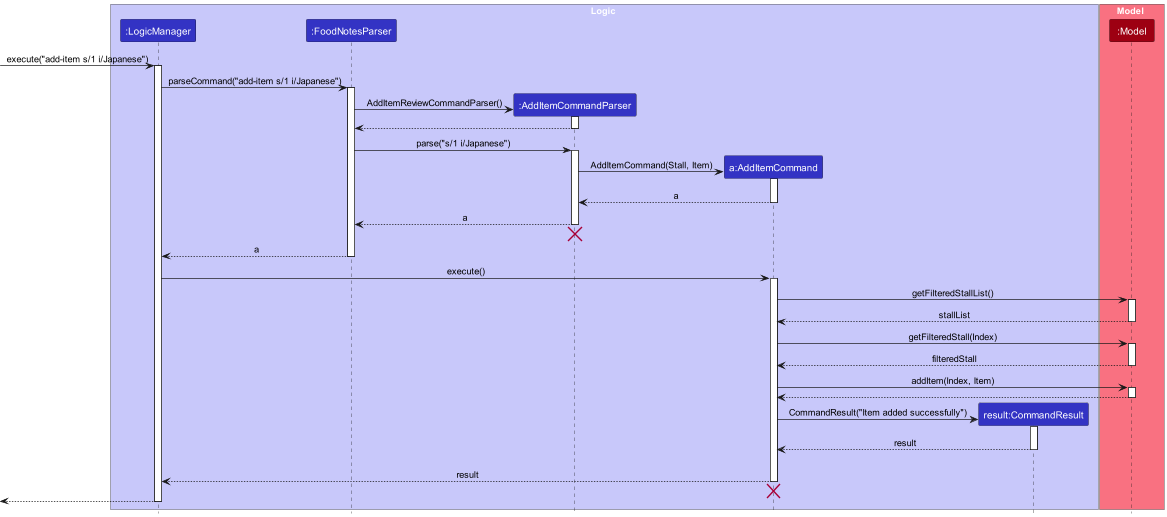
This is docs/images/AddItemSequenceDiagram.png from teoks0199/tp, a PlantUML export, as it was before one commit. Source of this version:
```plantuml
@startuml
!include style.puml
skinparam ArrowFontStyle plain

box Logic LOGIC_COLOR_T1
participant ":LogicManager" as LogicManager LOGIC_COLOR
participant ":FoodNotesParser" as FoodNotesParser LOGIC_COLOR
participant ":AddItemCommandParser" as AddItemCommandParser LOGIC_COLOR
participant "a:AddItemCommand" as AddItemCommand LOGIC_COLOR
participant "result:CommandResult" as CommandResult LOGIC_COLOR
end box

box Model MODEL_COLOR_T1
participant ":Model" as Model MODEL_COLOR
end box

[-> LogicManager : execute("add-item s/1 i/Japanese")
activate LogicManager

LogicManager -> FoodNotesParser : parseCommand("add-item s/1 i/Japanese")
activate FoodNotesParser

create AddItemCommandParser
FoodNotesParser -> AddItemCommandParser : AddItemReviewCommandParser()
activate AddItemCommandParser

AddItemCommandParser --> FoodNotesParser
deactivate AddItemCommandParser

FoodNotesParser -> AddItemCommandParser : parse("s/1 i/Japanese")
activate AddItemCommandParser

create AddItemCommand
AddItemCommandParser -> AddItemCommand : AddItemCommand(Stall, Item)
activate AddItemCommand

AddItemCommand --> AddItemCommandParser : a
deactivate AddItemCommand

AddItemCommandParser --> FoodNotesParser : a
deactivate AddItemCommandParser
AddItemCommandParser -[hidden]-> FoodNotesParser
destroy AddItemCommandParser

FoodNotesParser --> LogicManager : a
deactivate FoodNotesParser

LogicManager -> AddItemCommand : execute()
activate AddItemCommand

AddItemCommand -> Model : getFilteredStallList()
activate Model

Model --> AddItemCommand : stallList
deactivate Model

AddItemCommand -> Model : getFilteredStall(Index)
activate Model

Model --> AddItemCommand : filteredStall
deactivate Model

AddItemCommand -> Model : addItem(Index, Item)
activate Model

Model --> AddItemCommand
deactivate Model

create CommandResult
AddItemCommand -> CommandResult : CommandResult("Item added successfully")
activate CommandResult

CommandResult --> AddItemCommand : result
deactivate CommandResult
AddItemCommand -[hidden]-> CommandResult


AddItemCommand --> LogicManager : result
deactivate AddItemCommand
AddItemCommandParser -[hidden]-> AddItemCommand
destroy AddItemCommand

[<--LogicManager
deactivate LogicManager
@enduml
```
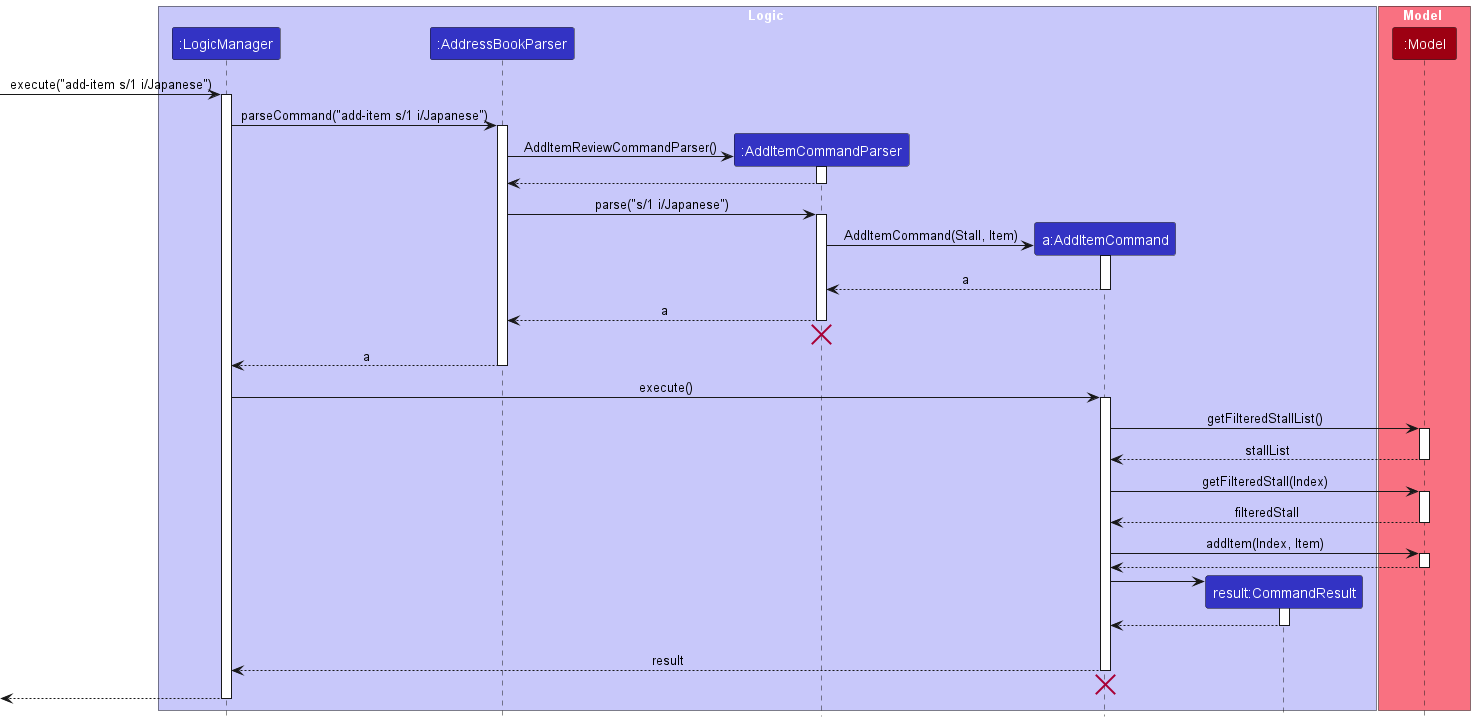
The same diagram one commit later.

What changed in the source:
```diff
@@ -4,7 +4,7 @@
 
 box Logic LOGIC_COLOR_T1
 participant ":LogicManager" as LogicManager LOGIC_COLOR
-participant ":FoodNotesParser" as FoodNotesParser LOGIC_COLOR
+participant ":AddressBookParser" as AddressBookParser LOGIC_COLOR
 participant ":AddItemCommandParser" as AddItemCommandParser LOGIC_COLOR
 participant "a:AddItemCommand" as AddItemCommand LOGIC_COLOR
 participant "result:CommandResult" as CommandResult LOGIC_COLOR
@@ -17,17 +17,17 @@
 [-> LogicManager : execute("add-item s/1 i/Japanese")
 activate LogicManager
 
-LogicManager -> FoodNotesParser : parseCommand("add-item s/1 i/Japanese")
-activate FoodNotesParser
+LogicManager -> AddressBookParser : parseCommand("add-item s/1 i/Japanese")
+activate AddressBookParser
 
 create AddItemCommandParser
-FoodNotesParser -> AddItemCommandParser : AddItemReviewCommandParser()
+AddressBookParser -> AddItemCommandParser : AddItemReviewCommandParser()
 activate AddItemCommandParser
 
-AddItemCommandParser --> FoodNotesParser
+AddItemCommandParser --> AddressBookParser
 deactivate AddItemCommandParser
 
-FoodNotesParser -> AddItemCommandParser : parse("s/1 i/Japanese")
+AddressBookParser -> AddItemCommandParser : parse("s/1 i/Japanese")
 activate AddItemCommandParser
 
 create AddItemCommand
@@ -37,13 +37,13 @@
 AddItemCommand --> AddItemCommandParser : a
 deactivate AddItemCommand
 
-AddItemCommandParser --> FoodNotesParser : a
+AddItemCommandParser --> AddressBookParser : a
 deactivate AddItemCommandParser
-AddItemCommandParser -[hidden]-> FoodNotesParser
+AddItemCommandParser -[hidden]-> AddressBookParser
 destroy AddItemCommandParser
 
-FoodNotesParser --> LogicManager : a
-deactivate FoodNotesParser
+AddressBookParser --> LogicManager : a
+deactivate AddressBookParser
 
 LogicManager -> AddItemCommand : execute()
 activate AddItemCommand
@@ -67,10 +67,10 @@
 deactivate Model
 
 create CommandResult
-AddItemCommand -> CommandResult : CommandResult("Item added successfully")
+AddItemCommand -> CommandResult
 activate CommandResult
 
-CommandResult --> AddItemCommand : result
+CommandResult --> AddItemCommand
 deactivate CommandResult
 AddItemCommand -[hidden]-> CommandResult
 
```
